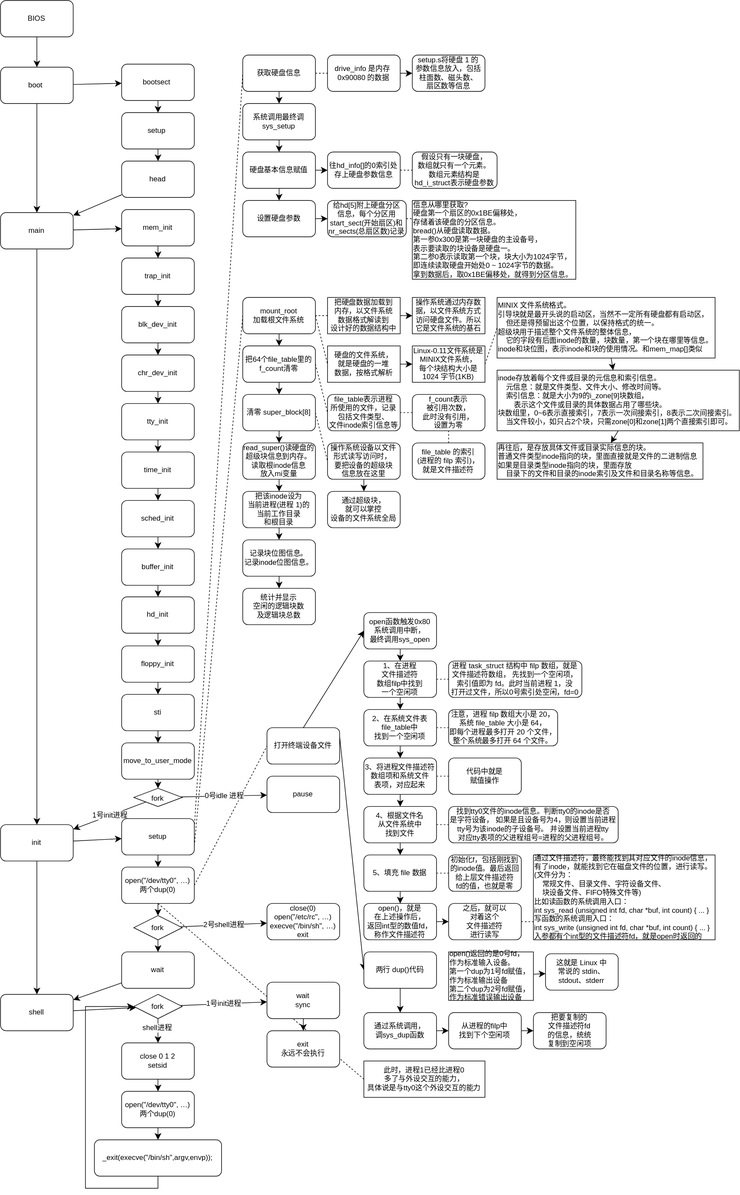
chenxi829/draw_many_pic keeps this draw.io diagram as demo.drawio.svg. Above is the earlier version. Source tidied: cells renumbered, new cells last; positions are measured from the earlier drawing's top-left corner, leaving out a move shared by most shapes.
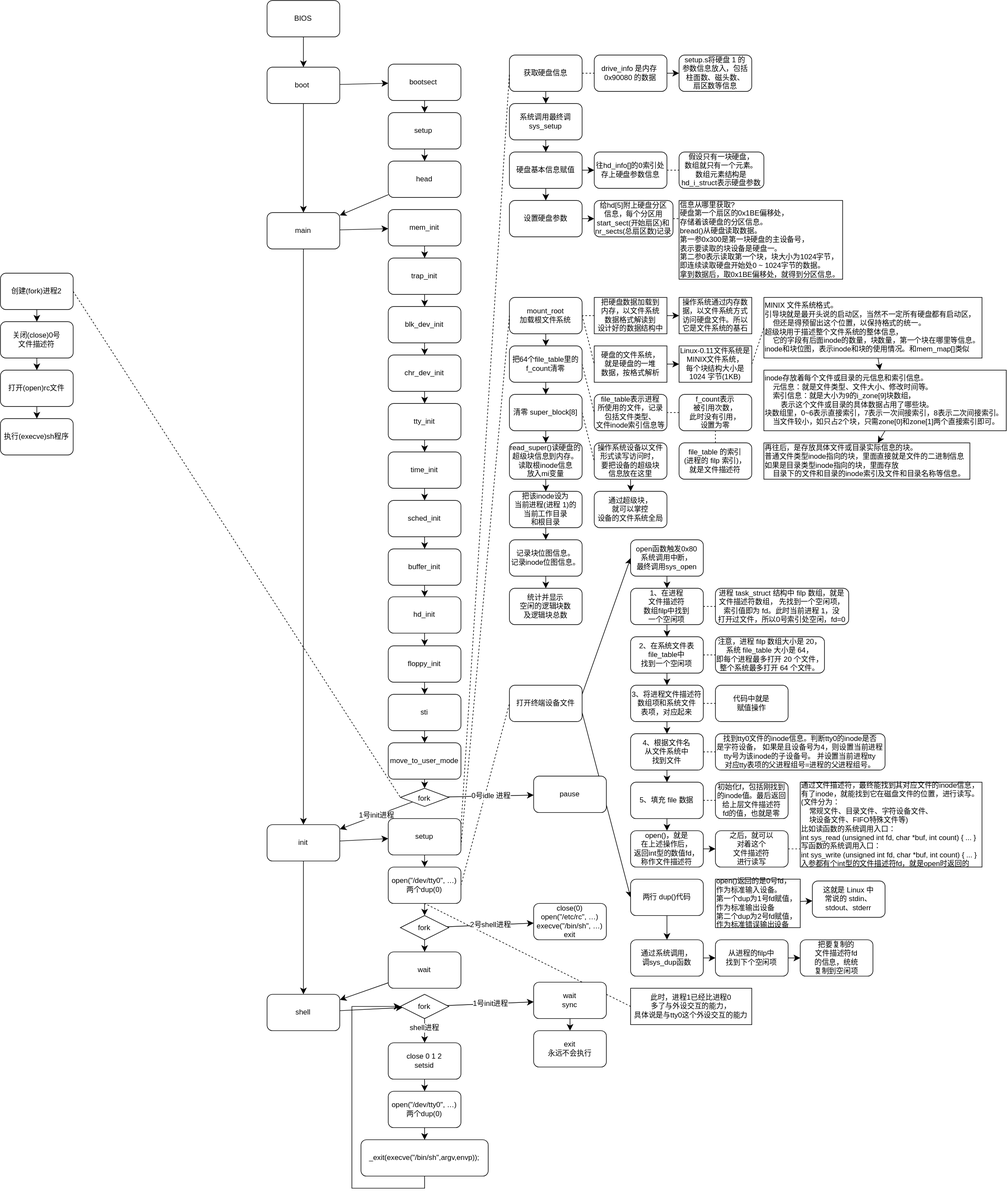
After the commit.

Commit message:
开始 创建进程2

Change to the diagram source:
```diff
@@ -176,14 +176,14 @@
     <mxCell id="59" value="统计并显示&lt;div&gt;空闲的逻辑块数&lt;/div&gt;&lt;div&gt;及逻辑块总数&lt;/div&gt;" style="whiteSpace=wrap;html=1;rounded=1;" parent="1" vertex="1">
       <mxGeometry x="400" y="970" width="120" height="60" as="geometry" />
     </mxCell>
-    <mxCell id="60" style="edgeStyle=none;curved=1;rounded=0;jettySize=auto;html=1;fontSize=12;startSize=8;endSize=8;exitX=0.5;exitY=0;exitDx=0;exitDy=0;entryX=0;entryY=0.5;entryDx=0;entryDy=0;" parent="1" edge="1" source="62" target="65">
+    <mxCell id="60" style="edgeStyle=none;curved=1;rounded=0;jettySize=auto;html=1;fontSize=12;startSize=8;endSize=8;exitX=1;exitY=0.25;exitDx=0;exitDy=0;entryX=0;entryY=0.5;entryDx=0;entryDy=0;" parent="1" edge="1" source="62" target="65">
       <mxGeometry relative="1" as="geometry" />
     </mxCell>
-    <mxCell id="61" style="edgeStyle=none;curved=1;rounded=0;jettySize=auto;html=1;fontSize=12;startSize=8;endSize=8;entryX=0;entryY=0.5;entryDx=0;entryDy=0;exitX=1;exitY=0.25;exitDx=0;exitDy=0;" parent="1" edge="1" source="62" target="91">
+    <mxCell id="61" style="edgeStyle=none;curved=1;rounded=0;jettySize=auto;html=1;fontSize=12;startSize=8;endSize=8;entryX=0;entryY=0.5;entryDx=0;entryDy=0;exitX=1;exitY=0.75;exitDx=0;exitDy=0;" parent="1" edge="1" source="62" target="91">
       <mxGeometry relative="1" as="geometry" />
     </mxCell>
     <mxCell id="62" value="打开终端设备文件" style="rounded=1;whiteSpace=wrap;html=1;" parent="1" vertex="1">
-      <mxGeometry x="440" y="1200" width="120" height="60" as="geometry" />
+      <mxGeometry x="400" y="1130" width="120" height="60" as="geometry" />
     </mxCell>
     <mxCell id="63" style="endArrow=none;dashed=1;html=1;rounded=0;fontSize=12;startSize=8;endSize=8;curved=1;exitX=1;exitY=0.5;exitDx=0;exitDy=0;entryX=0;entryY=0.5;entryDx=0;entryDy=0;" parent="1" edge="1" source="153" target="62">
       <mxGeometry relative="1" as="geometry" />
@@ -192,43 +192,43 @@
       <mxGeometry relative="1" as="geometry" />
     </mxCell>
     <mxCell id="65" value="open函数触发0x80&lt;div&gt;系统调用中断，&lt;/div&gt;&lt;div&gt;最终调用sys_open&lt;/div&gt;" style="whiteSpace=wrap;html=1;rounded=1;" parent="1" vertex="1">
-      <mxGeometry x="600" y="1010" width="120" height="60" as="geometry" />
+      <mxGeometry x="600" y="890" width="120" height="60" as="geometry" />
     </mxCell>
     <mxCell id="66" style="edgeStyle=none;curved=1;rounded=0;jettySize=auto;html=1;fontSize=12;startSize=8;endSize=8;" parent="1" edge="1" source="67" target="69">
       <mxGeometry relative="1" as="geometry" />
     </mxCell>
     <mxCell id="67" value="&lt;div&gt;1、在进程&lt;/div&gt;&lt;div&gt;文件描述符&lt;/div&gt;&lt;div&gt;数组filp中找到&lt;/div&gt;&lt;div&gt;一个空闲项&lt;/div&gt;" style="whiteSpace=wrap;html=1;rounded=1;" parent="1" vertex="1">
-      <mxGeometry x="600" y="1090" width="120" height="60" as="geometry" />
+      <mxGeometry x="600" y="970" width="120" height="60" as="geometry" />
     </mxCell>
     <mxCell id="68" style="edgeStyle=none;curved=1;rounded=0;jettySize=auto;html=1;fontSize=12;startSize=8;endSize=8;" parent="1" edge="1" source="69" target="72">
       <mxGeometry relative="1" as="geometry" />
     </mxCell>
     <mxCell id="69" value="&lt;div&gt;2、在系统文件表&lt;/div&gt;&lt;div&gt;file_table中&lt;/div&gt;&lt;div&gt;找到一个空闲项&lt;br&gt;&lt;/div&gt;" style="whiteSpace=wrap;html=1;rounded=1;" parent="1" vertex="1">
-      <mxGeometry x="600" y="1170" width="120" height="60" as="geometry" />
+      <mxGeometry x="600" y="1050" width="120" height="60" as="geometry" />
     </mxCell>
     <mxCell id="70" value="&lt;div&gt;进程 task_struct 结构中 filp 数组，就是&lt;/div&gt;&lt;div&gt;文件描述符数组， 先找到一个空闲项，&lt;/div&gt;&lt;div&gt;索引值即为 fd。此时当前进程 1，没&lt;/div&gt;&lt;div&gt;打开过文件，所以0号索引处空闲，fd=0&lt;/div&gt;" style="whiteSpace=wrap;html=1;rounded=1;" parent="1" vertex="1">
-      <mxGeometry x="740" y="1090" width="220" height="60" as="geometry" />
+      <mxGeometry x="740" y="970" width="220" height="60" as="geometry" />
     </mxCell>
     <mxCell id="71" style="edgeStyle=none;curved=1;rounded=0;jettySize=auto;html=1;fontSize=12;startSize=8;endSize=8;" parent="1" edge="1" source="72" target="75">
       <mxGeometry relative="1" as="geometry" />
     </mxCell>
     <mxCell id="72" value="&lt;div&gt;3、将进程文件描述符&lt;/div&gt;&lt;div&gt;数组项和系统文件&lt;/div&gt;&lt;div&gt;表项，对应起来&lt;/div&gt;" style="whiteSpace=wrap;html=1;rounded=1;" parent="1" vertex="1">
-      <mxGeometry x="600" y="1250" width="120" height="60" as="geometry" />
+      <mxGeometry x="600" y="1130" width="120" height="60" as="geometry" />
     </mxCell>
     <mxCell id="73" value="&lt;div&gt;注意，进程 filp 数组大小是 20，&lt;/div&gt;&lt;div&gt;系统 file_table 大小是 64，&lt;br&gt;&lt;/div&gt;&lt;div&gt;即每个进程最多打开 20 个文件，&lt;/div&gt;&lt;div&gt;整个系统最多打开 64 个文件。&lt;/div&gt;" style="whiteSpace=wrap;html=1;rounded=1;" parent="1" vertex="1">
-      <mxGeometry x="740" y="1170" width="180" height="60" as="geometry" />
+      <mxGeometry x="740" y="1050" width="180" height="60" as="geometry" />
     </mxCell>
     <mxCell id="74" style="edgeStyle=none;curved=1;rounded=0;jettySize=auto;html=1;fontSize=12;startSize=8;endSize=8;" parent="1" edge="1" source="75" target="83">
       <mxGeometry relative="1" as="geometry" />
     </mxCell>
     <mxCell id="75" value="&lt;div&gt;4、根据文件名&lt;/div&gt;&lt;div&gt;从文件系统中&lt;/div&gt;&lt;div&gt;找到文件&lt;/div&gt;" style="whiteSpace=wrap;html=1;rounded=1;" parent="1" vertex="1">
-      <mxGeometry x="600" y="1330" width="120" height="60" as="geometry" />
+      <mxGeometry x="600" y="1210" width="120" height="60" as="geometry" />
     </mxCell>
     <mxCell id="76" value="&lt;div&gt;代码中就是&lt;/div&gt;&lt;div&gt;赋值操作&lt;br&gt;&lt;/div&gt;" style="whiteSpace=wrap;html=1;rounded=1;" parent="1" vertex="1">
-      <mxGeometry x="740" y="1250" width="120" height="60" as="geometry" />
+      <mxGeometry x="740" y="1130" width="120" height="60" as="geometry" />
     </mxCell>
     <mxCell id="77" value="&lt;div&gt;找到tty0文件的inode信息。判断tty0的inode是否&lt;/div&gt;&lt;div&gt;是字符设备， 如果是且设备号为4，则设置当前进程&lt;/div&gt;&lt;div&gt;tty号为该inode的子设备号。 并设置当前进程tty&lt;/div&gt;&lt;div&gt;对应tty表项的父进程组号=进程的父进程组号。&lt;/div&gt;" style="whiteSpace=wrap;html=1;rounded=1;" parent="1" vertex="1">
-      <mxGeometry x="740" y="1330" width="280" height="60" as="geometry" />
+      <mxGeometry x="740" y="1210" width="280" height="60" as="geometry" />
     </mxCell>
     <mxCell id="78" style="endArrow=none;dashed=1;html=1;rounded=0;fontSize=12;startSize=8;endSize=8;curved=1;exitX=1;exitY=0.5;exitDx=0;exitDy=0;entryX=0;entryY=0.5;entryDx=0;entryDy=0;" parent="1" edge="1" source="67" target="70">
       <mxGeometry relative="1" as="geometry" />
@@ -246,10 +246,10 @@
       <mxGeometry relative="1" as="geometry" />
     </mxCell>
     <mxCell id="83" value="5、填充 file 数据" style="whiteSpace=wrap;html=1;rounded=1;" parent="1" vertex="1">
-      <mxGeometry x="600" y="1410" width="120" height="60" as="geometry" />
+      <mxGeometry x="600" y="1290" width="120" height="60" as="geometry" />
     </mxCell>
     <mxCell id="84" value="初始化f，包括刚找到&lt;div&gt;的inode值。最后返回&lt;/div&gt;&lt;div&gt;给上层文件描述符&lt;/div&gt;&lt;div&gt;fd的值，也就是零&lt;/div&gt;" style="whiteSpace=wrap;html=1;rounded=1;" parent="1" vertex="1">
-      <mxGeometry x="740" y="1410" width="120" height="60" as="geometry" />
+      <mxGeometry x="740" y="1290" width="120" height="60" as="geometry" />
     </mxCell>
     <mxCell id="85" style="endArrow=none;dashed=1;html=1;rounded=0;fontSize=12;startSize=8;endSize=8;curved=1;exitX=1;exitY=0.5;exitDx=0;exitDy=0;entryX=0;entryY=0.5;entryDx=0;entryDy=0;" parent="1" edge="1" source="83" target="84">
       <mxGeometry relative="1" as="geometry" />
@@ -258,53 +258,77 @@
       <mxGeometry relative="1" as="geometry" />
     </mxCell>
     <mxCell id="87" value="open()，就是&lt;div&gt;在上述操作后，&lt;div&gt;返回int型的数值fd，&lt;/div&gt;&lt;div&gt;称作文件描述符&lt;/div&gt;&lt;/div&gt;" style="whiteSpace=wrap;html=1;rounded=1;" parent="1" vertex="1">
-      <mxGeometry x="600" y="1490" width="120" height="60" as="geometry" />
+      <mxGeometry x="600" y="1370" width="120" height="60" as="geometry" />
     </mxCell>
     <mxCell id="88" value="通过文件描述符，最终能找到其对应文件的inode信息，&lt;div&gt;有了inode，就能找到它在磁盘文件的位置，进行读写。&amp;nbsp;&lt;div&gt;(文件分为：&lt;/div&gt;&lt;div&gt;&amp;nbsp; &amp;nbsp; 常规文件、目录文件、字符设备文件、&lt;/div&gt;&lt;div&gt;&amp;nbsp; &amp;nbsp; 块设备文件、FIFO特殊文件等)&lt;/div&gt;&lt;div&gt;比如读函数的系统调用入口：&lt;br&gt;&lt;/div&gt;&lt;div&gt;int sys_read (unsigned int fd, char *buf, int count) { ... }&lt;/div&gt;&lt;div&gt;写函数的系统调用入口：&lt;/div&gt;&lt;div&gt;int sys_write (unsigned int fd, char *buf, int count) { ... }&lt;/div&gt;&lt;div&gt;入参都有个int型的文件描述符fd，就是open时返回的&lt;/div&gt;&lt;/div&gt;" style="whiteSpace=wrap;html=1;rounded=0;align=left;" parent="1" vertex="1">
-      <mxGeometry x="880" y="1410" width="300" height="140" as="geometry" />
+      <mxGeometry x="880" y="1290" width="300" height="140" as="geometry" />
     </mxCell>
     <mxCell id="89" value="之后，就可以&lt;div&gt;对着这个&lt;/div&gt;&lt;div&gt;文件描述符&lt;/div&gt;&lt;div&gt;进行读写&lt;/div&gt;" style="whiteSpace=wrap;html=1;rounded=1;" parent="1" vertex="1">
-      <mxGeometry x="740" y="1490" width="120" height="60" as="geometry" />
+      <mxGeometry x="740" y="1370" width="120" height="60" as="geometry" />
     </mxCell>
     <mxCell id="90" style="endArrow=none;dashed=1;html=1;rounded=0;fontSize=12;startSize=8;endSize=8;curved=1;exitX=1;exitY=0.5;exitDx=0;exitDy=0;entryX=0;entryY=0.786;entryDx=0;entryDy=0;entryPerimeter=0;" parent="1" edge="1" source="89" target="88">
       <mxGeometry relative="1" as="geometry" />
     </mxCell>
     <mxCell id="91" value="两行 dup()代码" style="rounded=1;whiteSpace=wrap;html=1;" parent="1" vertex="1">
-      <mxGeometry x="600" y="1570" width="120" height="60" as="geometry" />
+      <mxGeometry x="600" y="1450" width="120" height="60" as="geometry" />
     </mxCell>
     <mxCell id="92" style="edgeStyle=none;curved=1;rounded=0;jettySize=auto;html=1;fontSize=12;startSize=8;endSize=8;" parent="1" edge="1" source="93" target="96">
       <mxGeometry relative="1" as="geometry" />
     </mxCell>
     <mxCell id="93" value="open()返回的是0号fd，&lt;div&gt;作为标准输入设备。&lt;div&gt;第一个dup为1号fd赋值，&lt;/div&gt;&lt;div&gt;作为标准输出设备&amp;nbsp;&lt;/div&gt;&lt;div&gt;第二个dup为2号fd赋值，&lt;/div&gt;&lt;div&gt;作为标准错误输出设备&lt;/div&gt;&lt;/div&gt;" style="rounded=0;whiteSpace=wrap;html=1;align=left;" parent="1" vertex="1">
-      <mxGeometry x="740" y="1570" width="140" height="80" as="geometry" />
+      <mxGeometry x="740" y="1450" width="140" height="80" as="geometry" />
     </mxCell>
     <mxCell id="94" style="edgeStyle=none;curved=1;rounded=0;jettySize=auto;html=1;fontSize=12;startSize=8;endSize=8;" parent="1" edge="1" source="95" target="98">
       <mxGeometry relative="1" as="geometry" />
     </mxCell>
     <mxCell id="95" value="&lt;div&gt;通过系统调用，&lt;/div&gt;&lt;div&gt;调sys_dup函数&lt;/div&gt;" style="rounded=1;whiteSpace=wrap;html=1;" parent="1" vertex="1">
-      <mxGeometry x="600" y="1670" width="120" height="60" as="geometry" />
+      <mxGeometry x="600" y="1550" width="120" height="60" as="geometry" />
     </mxCell>
     <mxCell id="96" value="&lt;div&gt;这就是 Linux 中&lt;/div&gt;&lt;div&gt;常说的 stdin、&lt;/div&gt;&lt;div&gt;stdout、stderr&lt;/div&gt;" style="rounded=1;whiteSpace=wrap;html=1;" parent="1" vertex="1">
-      <mxGeometry x="900" y="1573" width="120" height="60" as="geometry" />
+      <mxGeometry x="900" y="1453" width="120" height="60" as="geometry" />
     </mxCell>
     <mxCell id="97" style="edgeStyle=none;curved=1;rounded=0;jettySize=auto;html=1;fontSize=12;startSize=8;endSize=8;" parent="1" edge="1" source="98" target="100">
       <mxGeometry relative="1" as="geometry" />
     </mxCell>
     <mxCell id="98" value="&lt;div&gt;从进程的filp中&lt;/div&gt;&lt;div&gt;找到下个空闲项&lt;/div&gt;" style="rounded=1;whiteSpace=wrap;html=1;" parent="1" vertex="1">
-      <mxGeometry x="740" y="1670" width="120" height="60" as="geometry" />
+      <mxGeometry x="740" y="1550" width="120" height="60" as="geometry" />
     </mxCell>
     <mxCell id="99" style="endArrow=classic;html=1;rounded=0;fontSize=12;startSize=8;endSize=8;curved=1;exitX=0.5;exitY=1;exitDx=0;exitDy=0;entryX=0.5;entryY=0;entryDx=0;entryDy=0;" parent="1" edge="1" source="91" target="95">
       <mxGeometry relative="1" as="geometry" />
     </mxCell>
     <mxCell id="100" value="&lt;div&gt;把要复制的&lt;/div&gt;&lt;div&gt;文件描述符fd&lt;/div&gt;&lt;div&gt;的信息，统统&lt;/div&gt;&lt;div&gt;复制到空闲项&lt;/div&gt;" style="rounded=1;whiteSpace=wrap;html=1;" parent="1" vertex="1">
-      <mxGeometry x="880" y="1670" width="120" height="60" as="geometry" />
+      <mxGeometry x="880" y="1550" width="120" height="60" as="geometry" />
     </mxCell>
     <mxCell id="101" value="此时，进程1已经比进程0&lt;div&gt;多了与外设交互的能力，&lt;div&gt;具体说是与tty0这个外设交互的能力&lt;/div&gt;&lt;/div&gt;" style="rounded=0;whiteSpace=wrap;html=1;" parent="1" vertex="1">
-      <mxGeometry x="600" y="1750" width="200" height="60" as="geometry" />
+      <mxGeometry x="600" y="1630" width="200" height="60" as="geometry" />
     </mxCell>
     <mxCell id="102" style="endArrow=none;dashed=1;html=1;rounded=0;fontSize=12;startSize=8;endSize=8;curved=1;exitX=0;exitY=0.5;exitDx=0;exitDy=0;entryX=0.5;entryY=1;entryDx=0;entryDy=0;" parent="1" edge="1" source="101" target="153">
       <mxGeometry relative="1" as="geometry" />
     </mxCell>
+    <mxCell id="175" style="endArrow=none;dashed=1;html=1;rounded=0;fontSize=12;startSize=8;endSize=8;curved=1;entryX=0;entryY=0.5;entryDx=0;entryDy=0;exitX=1;exitY=0.5;exitDx=0;exitDy=0;" parent="1" edge="1" source="177" target="144">
+      <mxGeometry relative="1" as="geometry" />
+    </mxCell>
+    <mxCell id="176" style="edgeStyle=none;curved=1;rounded=0;jettySize=auto;html=1;fontSize=12;startSize=8;endSize=8;" parent="1" edge="1" source="177" target="179">
+      <mxGeometry relative="1" as="geometry" />
+    </mxCell>
+    <mxCell id="177" value="创建(fork)进程2" style="rounded=1;whiteSpace=wrap;html=1;" parent="1" vertex="1">
+      <mxGeometry x="-440" y="450" width="120" height="60" as="geometry" />
+    </mxCell>
+    <mxCell id="178" style="edgeStyle=none;curved=1;rounded=0;jettySize=auto;html=1;fontSize=12;startSize=8;endSize=8;" parent="1" edge="1" source="179" target="181">
+      <mxGeometry relative="1" as="geometry" />
+    </mxCell>
+    <mxCell id="179" value="关闭(close)0号&lt;div&gt;文件描述符&lt;/div&gt;" style="rounded=1;whiteSpace=wrap;html=1;" parent="1" vertex="1">
+      <mxGeometry x="-440" y="530" width="120" height="60" as="geometry" />
+    </mxCell>
+    <mxCell id="180" style="edgeStyle=none;curved=1;rounded=0;jettySize=auto;html=1;fontSize=12;startSize=8;endSize=8;" parent="1" edge="1" source="181" target="182">
+      <mxGeometry relative="1" as="geometry" />
+    </mxCell>
+    <mxCell id="181" value="打开(open)rc文件" style="rounded=1;whiteSpace=wrap;html=1;" parent="1" vertex="1">
+      <mxGeometry x="-440" y="610" width="120" height="60" as="geometry" />
+    </mxCell>
+    <mxCell id="182" value="执行(execve)sh程序" style="rounded=1;whiteSpace=wrap;html=1;" parent="1" vertex="1">
+      <mxGeometry x="-440" y="690" width="120" height="60" as="geometry" />
+    </mxCell>
     <mxCell id="103" parent="0" />
     <mxCell id="104" value="总流程" parent="0" />
     <mxCell id="105" value="BIOS" style="rounded=1;whiteSpace=wrap;html=1;" parent="104" vertex="1">
```
